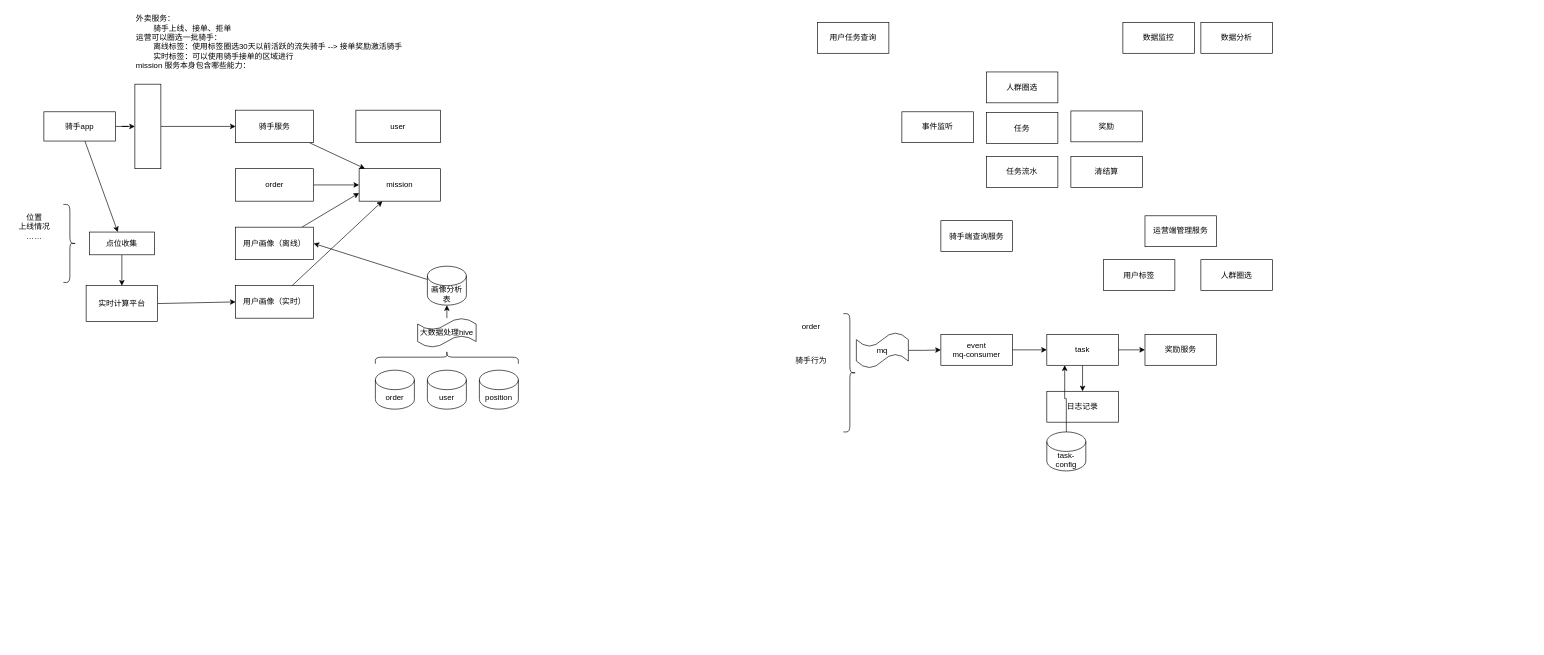
Before: 面试1.drawio in ShayneL/-, a draw.io diagram. Source tidied: cells renumbered, new cells numbered last; positions are measured from the earlier drawing's top-left corner, leaving out a move shared by most shapes. Both pictures are drawn from the tidied source at 65%, with x=0, y=0 at pixel (11, 11).
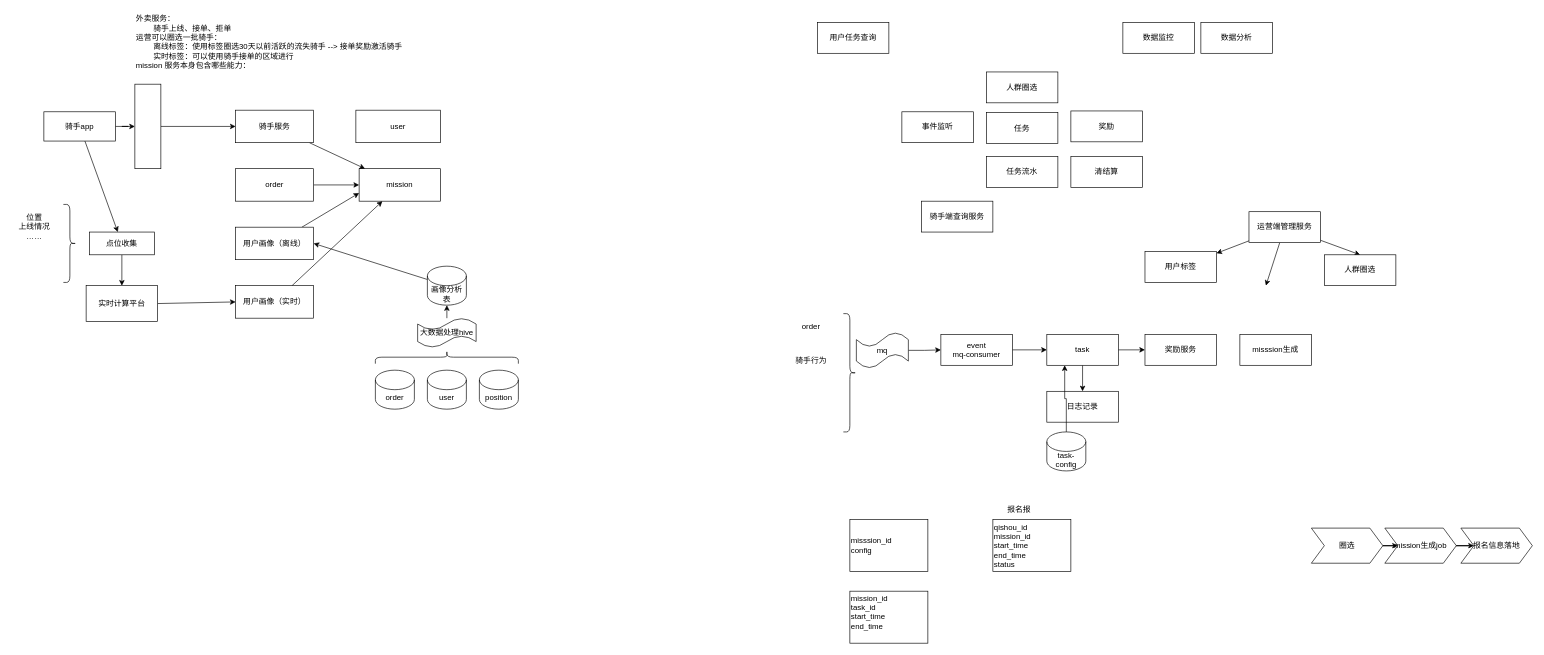
The same diagram, later.

What changed in the source:
```diff
@@
+    <mxCell id="60" style="rounded=0;jettySize=auto;html=1;" parent="1" edge="1" source="46" target="58">
+      <mxGeometry relative="1" as="geometry" />
+    </mxCell>
+    <mxCell id="61" style="rounded=0;jettySize=auto;html=1;entryX=0.5;entryY=0;entryDx=0;entryDy=0;" parent="1" edge="1" source="46" target="57">
+      <mxGeometry relative="1" as="geometry" />
+    </mxCell>
+    <mxCell id="62" style="rounded=0;jettySize=auto;html=1;" parent="1" edge="1" source="46">
+      <mxGeometry relative="1" as="geometry">
+        <mxPoint x="1930" y="422" as="targetPoint" />
+      </mxGeometry>
+    </mxCell>
     <mxCell id="46" value="运营端管理服务" style="rounded=0;whiteSpace=wrap;html=1;" parent="1" vertex="1">
-      <mxGeometry x="1744" y="314.5" width="110" height="47.5" as="geometry" />
+      <mxGeometry x="1904" y="308.2" width="110" height="47.5" as="geometry" />
     </mxCell>
     <mxCell id="47" value="骑手端查询服务" style="rounded=0;whiteSpace=wrap;html=1;" parent="1" vertex="1">
-      <mxGeometry x="1430" y="322" width="110" height="47.5" as="geometry" />
+      <mxGeometry x="1400" y="292" width="110" height="47.5" as="geometry" />
     </mxCell>
@@
     <mxCell id="57" value="人群圈选" style="rounded=0;whiteSpace=wrap;html=1;" parent="1" vertex="1">
-      <mxGeometry x="1830" y="382" width="110" height="47.5" as="geometry" />
+      <mxGeometry x="2020" y="374.5" width="110" height="47.5" as="geometry" />
     </mxCell>
     <mxCell id="58" value="用户标签" style="rounded=0;whiteSpace=wrap;html=1;" parent="1" vertex="1">
-      <mxGeometry x="1680" y="382" width="110" height="47.5" as="geometry" />
+      <mxGeometry x="1744" y="369.5" width="110" height="47.5" as="geometry" />
     </mxCell>
@@
+    <mxCell id="63" value="qishou_id&lt;div&gt;mission_id&lt;/div&gt;&lt;div&gt;start_time&lt;br&gt;end_time&lt;/div&gt;&lt;div&gt;status&lt;/div&gt;" style="rounded=0;whiteSpace=wrap;html=1;align=left;" parent="1" vertex="1">
+      <mxGeometry x="1510" y="782" width="120" height="80" as="geometry" />
+    </mxCell>
+    <mxCell id="64" value="mission_id&lt;div&gt;task_id&lt;/div&gt;&lt;div&gt;start_time&lt;/div&gt;&lt;div&gt;end_time&lt;/div&gt;&lt;div&gt;&lt;br&gt;&lt;/div&gt;" style="rounded=0;whiteSpace=wrap;html=1;align=left;" parent="1" vertex="1">
+      <mxGeometry x="1290" y="892" width="120" height="80" as="geometry" />
+    </mxCell>
+    <mxCell id="65" value="misssion_id&lt;div&gt;config&lt;/div&gt;" style="rounded=0;whiteSpace=wrap;html=1;align=left;" parent="1" vertex="1">
+      <mxGeometry x="1290" y="782" width="120" height="80" as="geometry" />
+    </mxCell>
+    <mxCell id="66" value="报名报" style="text;html=1;align=center;verticalAlign=middle;strokeColor=none;fillColor=none;" parent="1" vertex="1">
+      <mxGeometry x="1520" y="752" width="60" height="30" as="geometry" />
+    </mxCell>
+    <mxCell id="67" style="edgeStyle=orthogonalEdgeStyle;rounded=0;jettySize=auto;html=1;" parent="1" edge="1" source="68" target="70">
+      <mxGeometry relative="1" as="geometry" />
+    </mxCell>
+    <mxCell id="68" value="圈选" style="shape=step;perimeter=stepPerimeter;whiteSpace=wrap;html=1;fixedSize=1;" parent="1" vertex="1">
+      <mxGeometry x="2000" y="795" width="110" height="54" as="geometry" />
+    </mxCell>
+    <mxCell id="69" style="edgeStyle=orthogonalEdgeStyle;rounded=0;jettySize=auto;html=1;" parent="1" edge="1" source="70" target="71">
+      <mxGeometry relative="1" as="geometry" />
+    </mxCell>
+    <mxCell id="70" value="mission生成job" style="shape=step;perimeter=stepPerimeter;whiteSpace=wrap;html=1;fixedSize=1;" parent="1" vertex="1">
+      <mxGeometry x="2113" y="795" width="110" height="54" as="geometry" />
+    </mxCell>
+    <mxCell id="71" value="报名信息落地" style="shape=step;perimeter=stepPerimeter;whiteSpace=wrap;html=1;fixedSize=1;" parent="1" vertex="1">
+      <mxGeometry x="2230" y="795" width="110" height="54" as="geometry" />
+    </mxCell>
+    <mxCell id="72" value="misssion生成" style="rounded=0;whiteSpace=wrap;html=1;" parent="1" vertex="1">
+      <mxGeometry x="1890" y="497" width="110" height="47.5" as="geometry" />
+    </mxCell>
```
